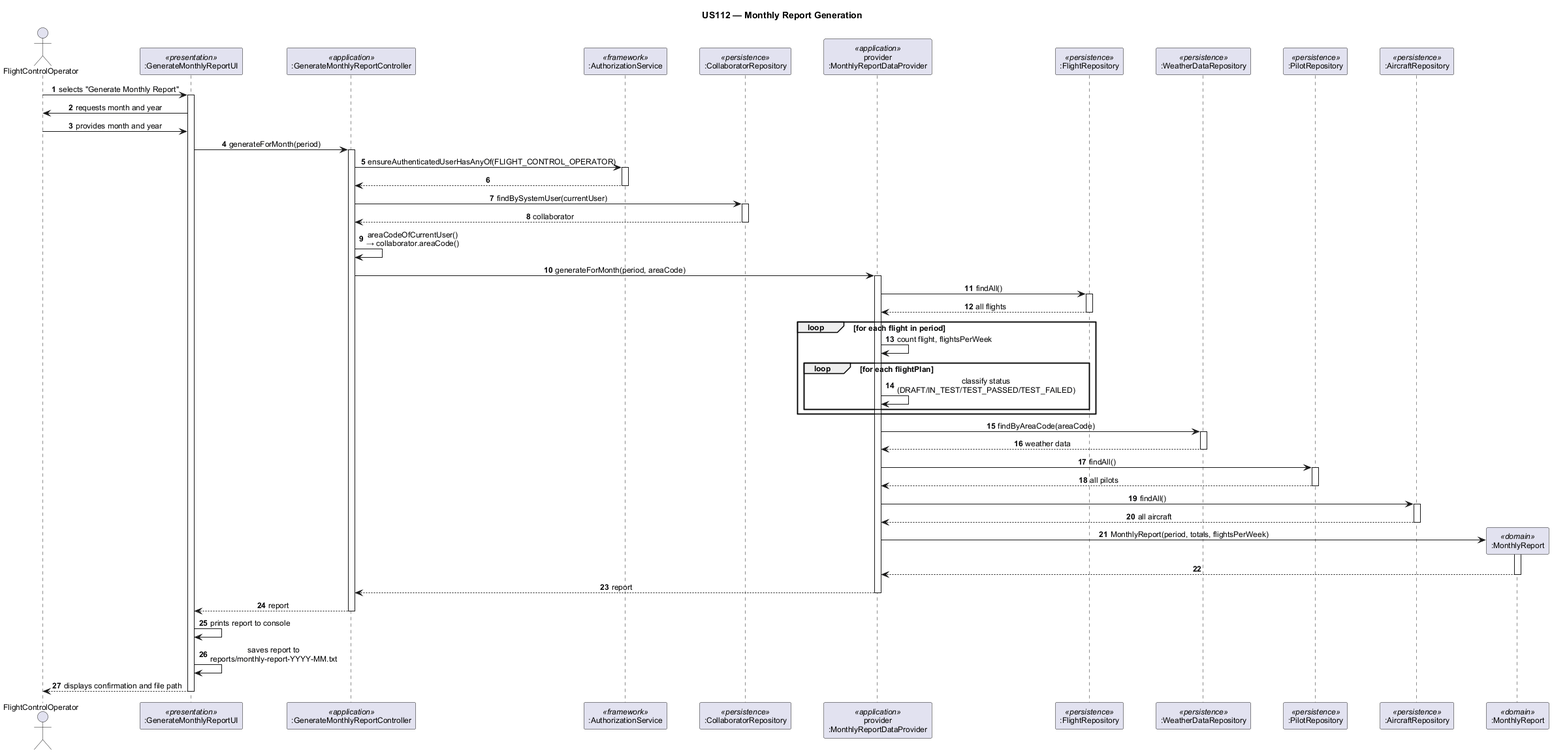
1240826/aisafe-flight-control keeps this PlantUML diagram as docs/Sprint3/EAPLI/us_112/sd_us112_monthly_report_generation.png. Above is the earlier version. Its diagram source:
```plantuml
@startuml sd_us112_monthly_report_generation
title US112 — Monthly Report Generation

skinparam sequenceMessageAlign center
skinparam defaultFontName Arial
skinparam defaultFontSize 12
skinparam ParticipantPadding 20

autonumber

actor "FlightControlOperator" as actor
participant ":GenerateMonthlyReportUI"        as ui        <<presentation>>
participant ":GenerateMonthlyReportController" as ctrl     <<application>>
participant ":AuthorizationService"           as authz     <<framework>>
participant ":CollaboratorRepository"         as collabRepo <<persistence>>
participant "provider\n:MonthlyReportDataProvider" as provider <<application>>
participant ":FlightRepository"               as flightRepo <<persistence>>
participant ":WeatherDataRepository"          as wdRepo    <<persistence>>
participant ":PilotRepository"                as pilotRepo <<persistence>>
participant ":AircraftRepository"             as acRepo    <<persistence>>
participant ":MonthlyReport"                  as report    <<domain>>

actor -> ui : selects "Generate Monthly Report"
activate ui

ui -> actor : requests month and year
actor -> ui : provides month and year

ui -> ctrl : generateForMonth(period)
activate ctrl

ctrl -> authz : ensureAuthenticatedUserHasAnyOf(FLIGHT_CONTROL_OPERATOR)
activate authz
authz --> ctrl
deactivate authz

ctrl -> collabRepo : findBySystemUser(currentUser)
activate collabRepo
collabRepo --> ctrl : collaborator
deactivate collabRepo

ctrl -> ctrl : areaCodeOfCurrentUser()\n→ collaborator.areaCode()

ctrl -> provider : generateForMonth(period, areaCode)
activate provider

provider -> flightRepo : findAll()
activate flightRepo
flightRepo --> provider : all flights
deactivate flightRepo

loop for each flight in period
    provider -> provider : count flight, flightsPerWeek
    loop for each flightPlan
        provider -> provider : classify status\n(DRAFT/IN_TEST/TEST_PASSED/TEST_FAILED)
    end
end

provider -> wdRepo : findByAreaCode(areaCode)
activate wdRepo
wdRepo --> provider : weather data
deactivate wdRepo

provider -> pilotRepo : findAll()
activate pilotRepo
pilotRepo --> provider : all pilots
deactivate pilotRepo

provider -> acRepo : findAll()
activate acRepo
acRepo --> provider : all aircraft
deactivate acRepo

create report
provider -> report : MonthlyReport(period, totals, flightsPerWeek)
activate report
report --> provider
deactivate report

provider --> ctrl : report
deactivate provider

ctrl --> ui : report
deactivate ctrl

ui -> ui : prints report to console

ui -> ui : saves report to\nreports/monthly-report-YYYY-MM.txt

ui --> actor : displays confirmation and file path
deactivate ui

@enduml
```
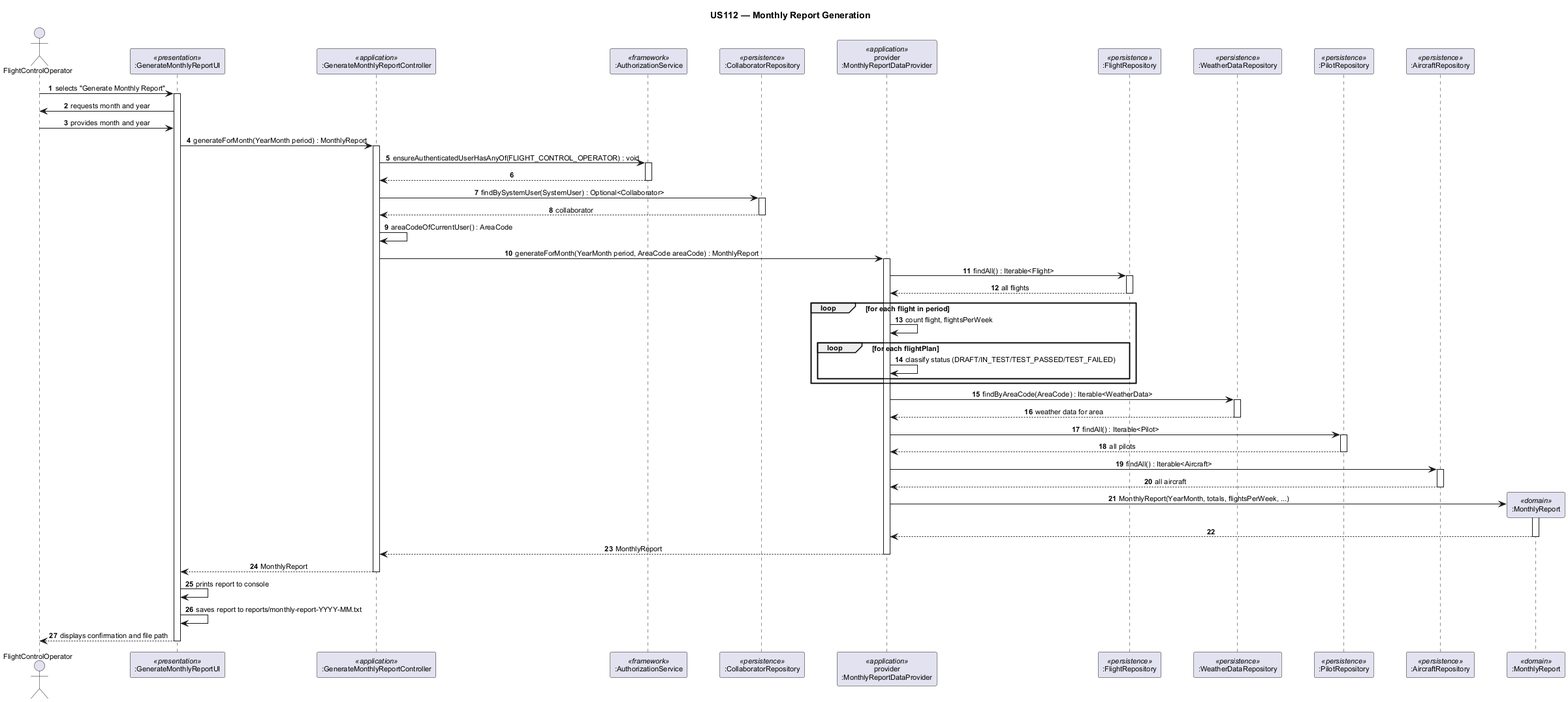
After the commit.

The edit, as a diff of the source:
```diff
@@ -3,7 +3,7 @@
 
 skinparam sequenceMessageAlign center
 skinparam defaultFontName Arial
-skinparam defaultFontSize 12
+skinparam defaultFontSize 11
 skinparam ParticipantPadding 20
 
 autonumber
@@ -26,25 +26,24 @@
 ui -> actor : requests month and year
 actor -> ui : provides month and year
 
-ui -> ctrl : generateForMonth(period)
+ui -> ctrl : generateForMonth(YearMonth period) : MonthlyReport
 activate ctrl
 
-ctrl -> authz : ensureAuthenticatedUserHasAnyOf(FLIGHT_CONTROL_OPERATOR)
+ctrl -> authz : ensureAuthenticatedUserHasAnyOf(FLIGHT_CONTROL_OPERATOR) : void
 activate authz
 authz --> ctrl
 deactivate authz
 
-ctrl -> collabRepo : findBySystemUser(currentUser)
+ctrl -> collabRepo : findBySystemUser(SystemUser) : Optional<Collaborator>
 activate collabRepo
 collabRepo --> ctrl : collaborator
 deactivate collabRepo
 
-ctrl -> ctrl : areaCodeOfCurrentUser()\n→ collaborator.areaCode()
-
-ctrl -> provider : generateForMonth(period, areaCode)
+ctrl -> ctrl : areaCodeOfCurrentUser() : AreaCode
+ctrl -> provider : generateForMonth(YearMonth period, AreaCode areaCode) : MonthlyReport
 activate provider
 
-provider -> flightRepo : findAll()
+provider -> flightRepo : findAll() : Iterable<Flight>
 activate flightRepo
 flightRepo --> provider : all flights
 deactivate flightRepo
@@ -52,40 +51,39 @@
 loop for each flight in period
     provider -> provider : count flight, flightsPerWeek
     loop for each flightPlan
-        provider -> provider : classify status\n(DRAFT/IN_TEST/TEST_PASSED/TEST_FAILED)
+        provider -> provider : classify status (DRAFT/IN_TEST/TEST_PASSED/TEST_FAILED)
     end
 end
 
-provider -> wdRepo : findByAreaCode(areaCode)
+provider -> wdRepo : findByAreaCode(AreaCode) : Iterable<WeatherData>
 activate wdRepo
-wdRepo --> provider : weather data
+wdRepo --> provider : weather data for area
 deactivate wdRepo
 
-provider -> pilotRepo : findAll()
+provider -> pilotRepo : findAll() : Iterable<Pilot>
 activate pilotRepo
 pilotRepo --> provider : all pilots
 deactivate pilotRepo
 
-provider -> acRepo : findAll()
+provider -> acRepo : findAll() : Iterable<Aircraft>
 activate acRepo
 acRepo --> provider : all aircraft
 deactivate acRepo
 
 create report
-provider -> report : MonthlyReport(period, totals, flightsPerWeek)
+provider -> report : MonthlyReport(YearMonth, totals, flightsPerWeek, ...)
 activate report
 report --> provider
 deactivate report
 
-provider --> ctrl : report
+provider --> ctrl : MonthlyReport
 deactivate provider
 
-ctrl --> ui : report
+ctrl --> ui : MonthlyReport
 deactivate ctrl
 
 ui -> ui : prints report to console
-
-ui -> ui : saves report to\nreports/monthly-report-YYYY-MM.txt
+ui -> ui : saves report to reports/monthly-report-YYYY-MM.txt
 
 ui --> actor : displays confirmation and file path
 deactivate ui
```
